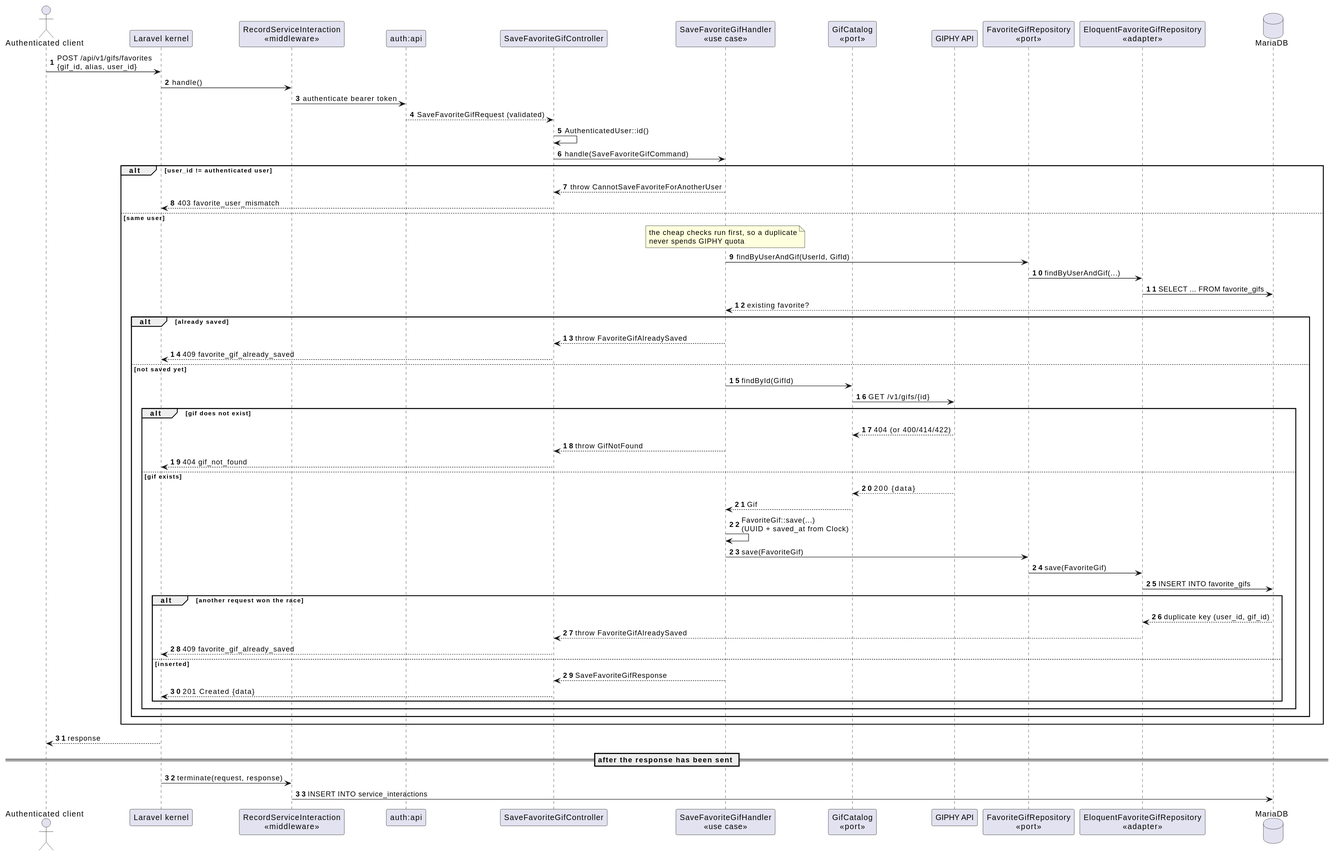
Before: docs/diagrams/sequence-save-favorite-gif.svg, a diagram exported from PlantUML (alexisrivero/challenge-prex). Source of this version:
```plantuml
@startuml
skinparam shadowing false
autonumber

actor "Authenticated client" as Client
participant "Laravel kernel" as Kernel
participant "RecordServiceInteraction\n<<middleware>>" as Audit
participant "auth:api" as Guard
participant "SaveFavoriteGifController" as Controller
participant "SaveFavoriteGifHandler\n<<use case>>" as Handler
participant "GifCatalog\n<<port>>" as Catalog
participant "GIPHY API" as Giphy
participant "FavoriteGifRepository\n<<port>>" as Repo
participant "EloquentFavoriteGifRepository\n<<adapter>>" as Adapter
database "MariaDB" as DB

Client -> Kernel : POST /api/v1/gifs/favorites\n{gif_id, alias, user_id}
Kernel -> Audit : handle()
Audit -> Guard : authenticate bearer token
Guard --> Controller : SaveFavoriteGifRequest (validated)
Controller -> Controller : AuthenticatedUser::id()
Controller -> Handler : handle(SaveFavoriteGifCommand)

alt user_id != authenticated user
  Handler --> Controller : throw CannotSaveFavoriteForAnotherUser
  Controller --> Kernel : 403 favorite_user_mismatch
else same user
  note over Handler : the cheap checks run first, so a duplicate\nnever spends GIPHY quota
  Handler -> Repo : findByUserAndGif(UserId, GifId)
  Repo -> Adapter : findByUserAndGif(...)
  Adapter -> DB : SELECT ... FROM favorite_gifs
  DB --> Handler : existing favorite?
  alt already saved
    Handler --> Controller : throw FavoriteGifAlreadySaved
    Controller --> Kernel : 409 favorite_gif_already_saved
  else not saved yet
    Handler -> Catalog : findById(GifId)
    Catalog -> Giphy : GET /v1/gifs/{id}
    alt gif does not exist
      Giphy --> Catalog : 404 (or 400/414/422)
      Handler --> Controller : throw GifNotFound
      Controller --> Kernel : 404 gif_not_found
    else gif exists
      Giphy --> Catalog : 200 {data}
      Catalog --> Handler : Gif
      Handler -> Handler : FavoriteGif::save(...)\n(UUID + saved_at from Clock)
      Handler -> Repo : save(FavoriteGif)
      Repo -> Adapter : save(FavoriteGif)
      Adapter -> DB : INSERT INTO favorite_gifs
      alt another request won the race
        DB --> Adapter : duplicate key (user_id, gif_id)
        Adapter --> Controller : throw FavoriteGifAlreadySaved
        Controller --> Kernel : 409 favorite_gif_already_saved
      else inserted
        Handler --> Controller : SaveFavoriteGifResponse
        Controller --> Kernel : 201 Created {data}
      end
    end
  end
end
Kernel --> Client : response

== after the response has been sent ==
Kernel -> Audit : terminate(request, response)
Audit -> DB : INSERT INTO service_interactions
@enduml
```
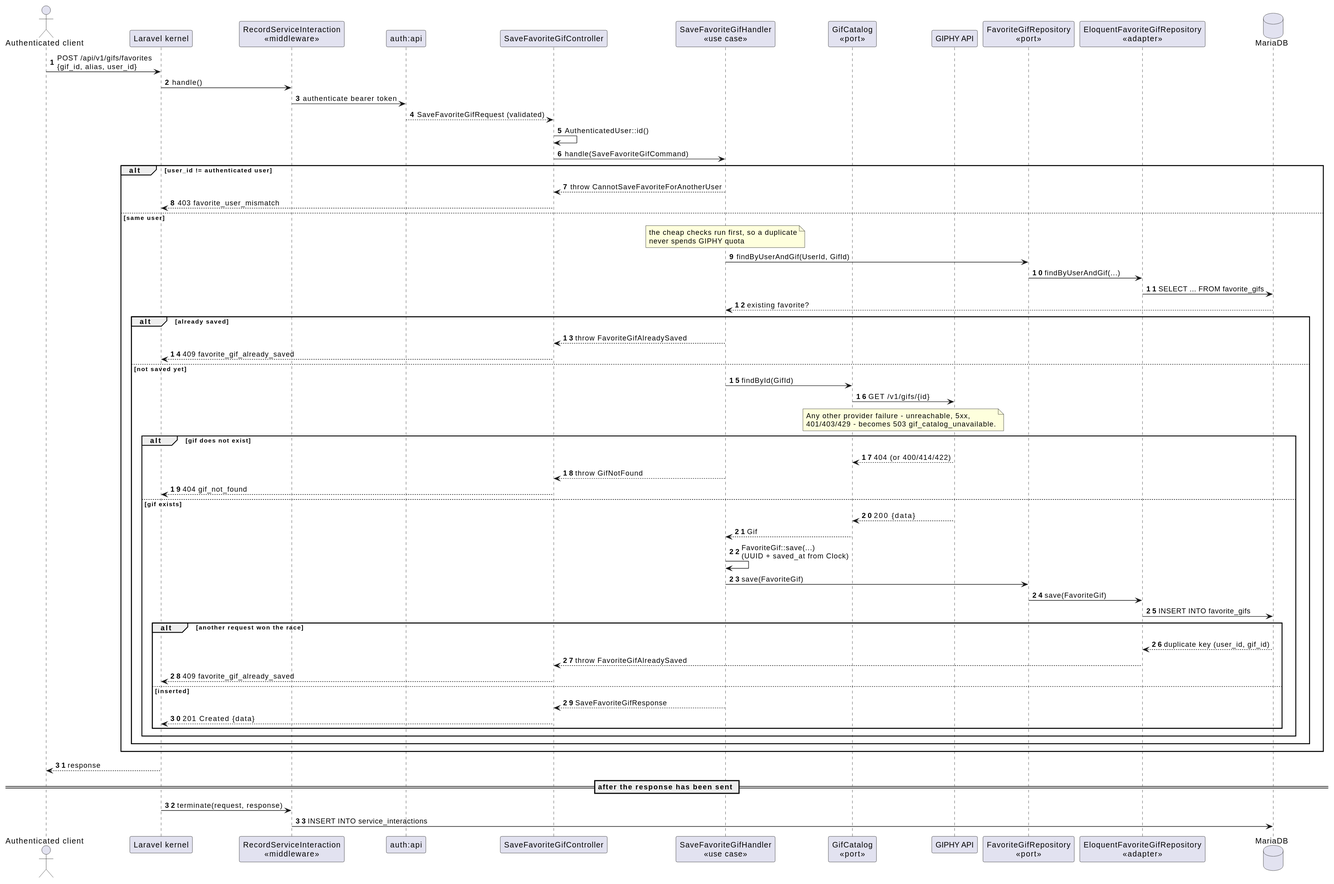
After the commit.

The edit, as a diff of the source:
```diff
@@ -36,6 +36,10 @@
   else not saved yet
     Handler -> Catalog : findById(GifId)
     Catalog -> Giphy : GET /v1/gifs/{id}
+    note over Catalog, Giphy
+      Any other provider failure - unreachable, 5xx,
+      401/403/429 - becomes 503 gif_catalog_unavailable.
+    end note
     alt gif does not exist
       Giphy --> Catalog : 404 (or 400/414/422)
       Handler --> Controller : throw GifNotFound
```
